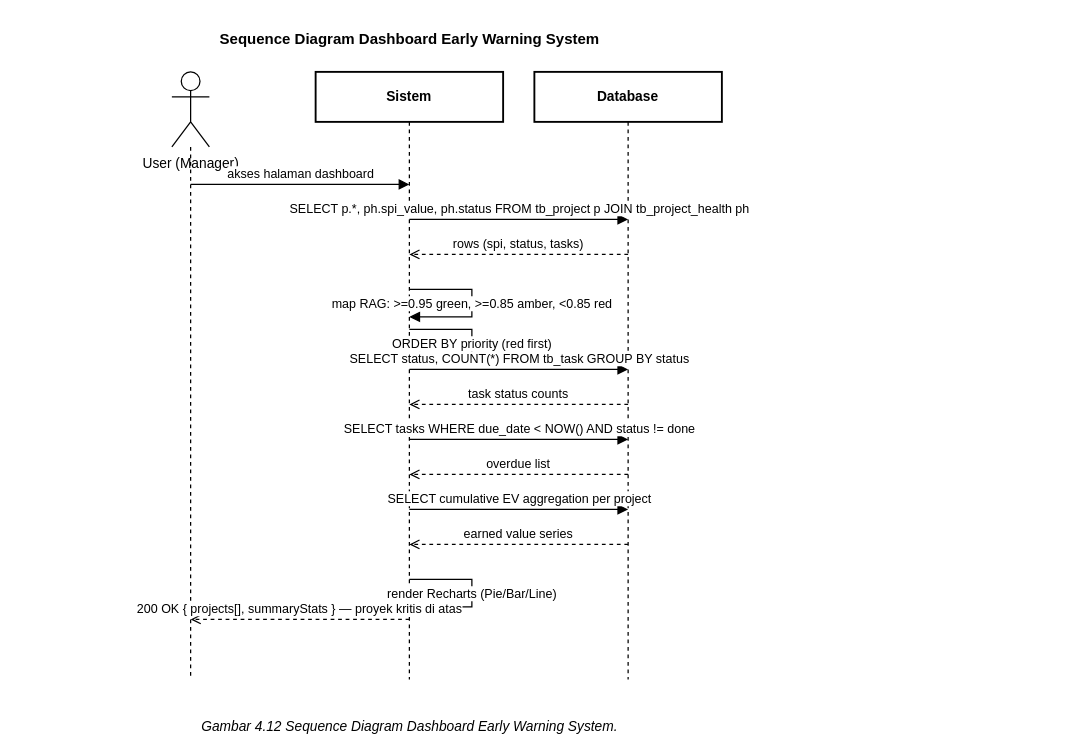
This is diagram/ai/Sequence/SD_DASHBOARD_EWS.drawio from evelleura/shi-dashboard, a draw.io file, before an edit. Source tidied: cells renumbered, new cells numbered last; positions are measured from the earlier drawing's top-left corner, leaving out a move shared by most shapes. Both pictures are drawn from the tidied source at 125%, with x=0, y=0 at pixel (21, 21).
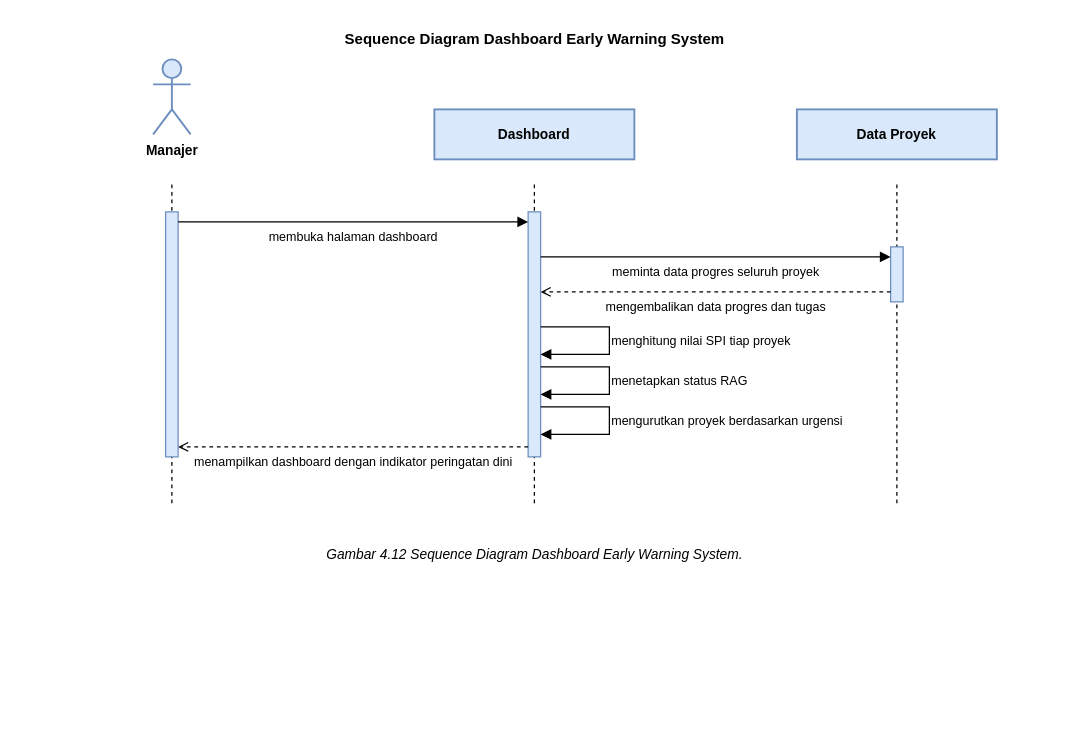
The same page after the edit.

The edit, as a diff of the source:
```diff
@@
     <mxCell id="2" value="Sequence Diagram Dashboard Early Warning System" style="text;html=1;align=center;fontSize=12;fontStyle=1;fontColor=#000000;" parent="1" vertex="1">
-      <mxGeometry width="620" height="20" as="geometry" />
+      <mxGeometry width="820" height="20" as="geometry" />
     </mxCell>
-    <mxCell id="3" value="User (Manager)" style="shape=umlActor;verticalLabelPosition=bottom;verticalAlign=top;html=1;strokeColor=#000000;fillColor=#FFFFFF;fontSize=11;fontColor=#000000;" parent="1" vertex="1">
-      <mxGeometry x="120" y="40" width="30" height="60" as="geometry" />
-    </mxCell>
-    <mxCell id="4" style="endArrow=none;html=1;rounded=0;dashed=1;strokeColor=#000000;strokeWidth=1;" parent="1" edge="1">
-      <mxGeometry relative="1" as="geometry">
-        <mxPoint x="135" y="100" as="sourcePoint" />
-        <mxPoint x="135" y="526" as="targetPoint" />
-      </mxGeometry>
-    </mxCell>
-    <mxCell id="5" value="Sistem" style="rounded=0;whiteSpace=wrap;html=1;fillColor=#FFFFFF;strokeColor=#000000;strokeWidth=1.5;fontSize=11;fontColor=#000000;fontStyle=1;" parent="1" vertex="1">
-      <mxGeometry x="235" y="40" width="150" height="40" as="geometry" />
-    </mxCell>
-    <mxCell id="6" style="endArrow=none;html=1;rounded=0;dashed=1;strokeColor=#000000;strokeWidth=1;" parent="1" edge="1">
-      <mxGeometry relative="1" as="geometry">
-        <mxPoint x="310" y="80" as="sourcePoint" />
-        <mxPoint x="310" y="526" as="targetPoint" />
-      </mxGeometry>
-    </mxCell>
-    <mxCell id="7" value="Database" style="rounded=0;whiteSpace=wrap;html=1;fillColor=#FFFFFF;strokeColor=#000000;strokeWidth=1.5;fontSize=11;fontColor=#000000;fontStyle=1;" parent="1" vertex="1">
-      <mxGeometry x="410" y="40" width="150" height="40" as="geometry" />
-    </mxCell>
-    <mxCell id="8" style="endArrow=none;html=1;rounded=0;dashed=1;strokeColor=#000000;strokeWidth=1;" parent="1" edge="1">
-      <mxGeometry relative="1" as="geometry">
-        <mxPoint x="485" y="80" as="sourcePoint" />
-        <mxPoint x="485" y="526" as="targetPoint" />
-      </mxGeometry>
-    </mxCell>
+    <mxCell id="23" value="Manajer" style="shape=umlActor;verticalLabelPosition=bottom;verticalAlign=top;html=1;fillColor=#DAE8FC;strokeColor=#6C8EBF;strokeWidth=1.5;fontSize=11;fontColor=#000000;fontStyle=1;" parent="1" vertex="1">
+      <mxGeometry x="105" y="30" width="30" height="60" as="geometry" />
+    </mxCell>
+    <mxCell id="24" style="endArrow=none;html=1;rounded=0;dashed=1;strokeColor=#000000;strokeWidth=1;" parent="1" edge="1">
+      <mxGeometry relative="1" as="geometry">
+        <mxPoint x="120" y="130" as="sourcePoint" />
+        <mxPoint x="120" y="388" as="targetPoint" />
+      </mxGeometry>
+    </mxCell>
+    <mxCell id="25" value="Dashboard" style="rounded=0;whiteSpace=wrap;html=1;fillColor=#DAE8FC;strokeColor=#6C8EBF;strokeWidth=1.5;fontSize=11;fontColor=#000000;fontStyle=1;" parent="1" vertex="1">
+      <mxGeometry x="330" y="70" width="160" height="40" as="geometry" />
+    </mxCell>
+    <mxCell id="26" style="endArrow=none;html=1;rounded=0;dashed=1;strokeColor=#000000;strokeWidth=1;" parent="1" edge="1">
+      <mxGeometry relative="1" as="geometry">
+        <mxPoint x="410" y="130" as="sourcePoint" />
+        <mxPoint x="410" y="388" as="targetPoint" />
+      </mxGeometry>
+    </mxCell>
+    <mxCell id="27" value="Data Proyek" style="rounded=0;whiteSpace=wrap;html=1;fillColor=#DAE8FC;strokeColor=#6C8EBF;strokeWidth=1.5;fontSize=11;fontColor=#000000;fontStyle=1;" parent="1" vertex="1">
+      <mxGeometry x="620" y="70" width="160" height="40" as="geometry" />
+    </mxCell>
+    <mxCell id="28" style="endArrow=none;html=1;rounded=0;dashed=1;strokeColor=#000000;strokeWidth=1;" parent="1" edge="1">
+      <mxGeometry relative="1" as="geometry">
+        <mxPoint x="700" y="130" as="sourcePoint" />
+        <mxPoint x="700" y="388" as="targetPoint" />
+      </mxGeometry>
+    </mxCell>
+    <mxCell id="29" style="rounded=0;whiteSpace=wrap;html=1;fillColor=#DAE8FC;strokeColor=#6C8EBF;strokeWidth=1;" parent="1" vertex="1">
+      <mxGeometry x="115" y="152" width="10" height="196" as="geometry" />
+    </mxCell>
+    <mxCell id="30" style="rounded=0;whiteSpace=wrap;html=1;fillColor=#DAE8FC;strokeColor=#6C8EBF;strokeWidth=1;" parent="1" vertex="1">
+      <mxGeometry x="405" y="152" width="10" height="196" as="geometry" />
+    </mxCell>
+    <mxCell id="31" style="rounded=0;whiteSpace=wrap;html=1;fillColor=#DAE8FC;strokeColor=#6C8EBF;strokeWidth=1;" parent="1" vertex="1">
+      <mxGeometry x="695" y="180" width="10" height="44" as="geometry" />
+    </mxCell>
-    <mxCell id="9" value="akses halaman dashboard" style="endArrow=block;endFill=1;html=1;rounded=0;strokeColor=#000000;strokeWidth=1;fontSize=10;fontColor=#000000;align=center;verticalAlign=bottom;" parent="1" edge="1">
+    <mxCell id="9" value="membuka halaman dashboard" style="endArrow=block;endFill=1;html=1;rounded=0;strokeColor=#000000;strokeWidth=1;fontSize=10;fontColor=#000000;align=center;verticalAlign=top;" parent="1" edge="1">
       <mxGeometry relative="1" as="geometry">
-        <mxPoint x="135" y="130" as="sourcePoint" />
-        <mxPoint x="310" y="130" as="targetPoint" />
+        <mxPoint x="125" y="160" as="sourcePoint" />
+        <mxPoint x="405" y="160" as="targetPoint" />
       </mxGeometry>
     </mxCell>
-    <mxCell id="10" value="SELECT p.*, ph.spi_value, ph.status FROM tb_project p JOIN tb_project_health ph" style="endArrow=block;endFill=1;html=1;rounded=0;strokeColor=#000000;strokeWidth=1;fontSize=10;fontColor=#000000;align=center;verticalAlign=bottom;" parent="1" edge="1">
+    <mxCell id="10" value="meminta data progres seluruh proyek" style="endArrow=block;endFill=1;html=1;rounded=0;strokeColor=#000000;strokeWidth=1;fontSize=10;fontColor=#000000;align=center;verticalAlign=top;" parent="1" edge="1">
       <mxGeometry relative="1" as="geometry">
-        <mxPoint x="310" y="158" as="sourcePoint" />
-        <mxPoint x="485" y="158" as="targetPoint" />
+        <mxPoint x="415" y="188" as="sourcePoint" />
+        <mxPoint x="695" y="188" as="targetPoint" />
       </mxGeometry>
     </mxCell>
-    <mxCell id="11" value="rows (spi, status, tasks)" style="endArrow=open;endFill=0;html=1;rounded=0;dashed=1;strokeColor=#000000;strokeWidth=1;fontSize=10;fontColor=#000000;align=center;verticalAlign=bottom;" parent="1" edge="1">
+    <mxCell id="11" value="mengembalikan data progres dan tugas" style="endArrow=open;endFill=0;html=1;rounded=0;dashed=1;strokeColor=#000000;strokeWidth=1;fontSize=10;fontColor=#000000;align=center;verticalAlign=top;" parent="1" edge="1">
       <mxGeometry relative="1" as="geometry">
-        <mxPoint x="485" y="186" as="sourcePoint" />
-        <mxPoint x="310" y="186" as="targetPoint" />
+        <mxPoint x="695" y="216" as="sourcePoint" />
+        <mxPoint x="415" y="216" as="targetPoint" />
       </mxGeometry>
     </mxCell>
-    <mxCell id="12" value="map RAG: &gt;=0.95 green, &gt;=0.85 amber, &lt;0.85 red" style="endArrow=block;endFill=1;html=1;rounded=0;strokeColor=#000000;strokeWidth=1;fontSize=10;fontColor=#000000;" parent="1" edge="1">
+    <mxCell id="12" value="menghitung nilai SPI tiap proyek" style="endArrow=block;endFill=1;html=1;rounded=0;strokeColor=#000000;strokeWidth=1;fontSize=10;fontColor=#000000;align=left;verticalAlign=middle;" parent="1" edge="1">
       <mxGeometry relative="1" as="geometry">
-        <mxPoint x="310" y="214" as="sourcePoint" />
-        <mxPoint x="310" y="236" as="targetPoint" />
+        <mxPoint x="415" y="244" as="sourcePoint" />
+        <mxPoint x="415" y="266" as="targetPoint" />
         <Array as="points">
-          <mxPoint x="360" y="214" />
-          <mxPoint x="360" y="236" />
+          <mxPoint x="470" y="244" />
+          <mxPoint x="470" y="266" />
         </Array>
       </mxGeometry>
     </mxCell>
-    <mxCell id="13" value="ORDER BY priority (red first)" style="endArrow=block;endFill=1;html=1;rounded=0;strokeColor=#000000;strokeWidth=1;fontSize=10;fontColor=#000000;" parent="1" edge="1">
+    <mxCell id="13" value="menetapkan status RAG" style="endArrow=block;endFill=1;html=1;rounded=0;strokeColor=#000000;strokeWidth=1;fontSize=10;fontColor=#000000;align=left;verticalAlign=middle;" parent="1" edge="1">
       <mxGeometry relative="1" as="geometry">
-        <mxPoint x="310" y="246" as="sourcePoint" />
-        <mxPoint x="310" y="268" as="targetPoint" />
+        <mxPoint x="415" y="276" as="sourcePoint" />
+        <mxPoint x="415" y="298" as="targetPoint" />
         <Array as="points">
-          <mxPoint x="360" y="246" />
-          <mxPoint x="360" y="268" />
+          <mxPoint x="470" y="276" />
+          <mxPoint x="470" y="298" />
         </Array>
       </mxGeometry>
     </mxCell>
-    <mxCell id="14" value="SELECT status, COUNT(*) FROM tb_task GROUP BY status" style="endArrow=block;endFill=1;html=1;rounded=0;strokeColor=#000000;strokeWidth=1;fontSize=10;fontColor=#000000;align=center;verticalAlign=bottom;" parent="1" edge="1">
+    <mxCell id="14" value="mengurutkan proyek berdasarkan urgensi" style="endArrow=block;endFill=1;html=1;rounded=0;strokeColor=#000000;strokeWidth=1;fontSize=10;fontColor=#000000;align=left;verticalAlign=middle;" parent="1" edge="1">
       <mxGeometry relative="1" as="geometry">
-        <mxPoint x="310" y="278" as="sourcePoint" />
-        <mxPoint x="485" y="278" as="targetPoint" />
+        <mxPoint x="415" y="308" as="sourcePoint" />
+        <mxPoint x="415" y="330" as="targetPoint" />
+        <Array as="points">
+          <mxPoint x="470" y="308" />
+          <mxPoint x="470" y="330" />
+        </Array>
       </mxGeometry>
     </mxCell>
-    <mxCell id="15" value="task status counts" style="endArrow=open;endFill=0;html=1;rounded=0;dashed=1;strokeColor=#000000;strokeWidth=1;fontSize=10;fontColor=#000000;align=center;verticalAlign=bottom;" parent="1" edge="1">
+    <mxCell id="15" value="menampilkan dashboard dengan indikator peringatan dini" style="endArrow=open;endFill=0;html=1;rounded=0;dashed=1;strokeColor=#000000;strokeWidth=1;fontSize=10;fontColor=#000000;align=center;verticalAlign=top;" parent="1" edge="1">
       <mxGeometry relative="1" as="geometry">
-        <mxPoint x="485" y="306" as="sourcePoint" />
-        <mxPoint x="310" y="306" as="targetPoint" />
+        <mxPoint x="405" y="340" as="sourcePoint" />
+        <mxPoint x="125" y="340" as="targetPoint" />
       </mxGeometry>
     </mxCell>
-    <mxCell id="16" value="SELECT tasks WHERE due_date &lt; NOW() AND status != done" style="endArrow=block;endFill=1;html=1;rounded=0;strokeColor=#000000;strokeWidth=1;fontSize=10;fontColor=#000000;align=center;verticalAlign=bottom;" parent="1" edge="1">
-      <mxGeometry relative="1" as="geometry">
-        <mxPoint x="310" y="334" as="sourcePoint" />
-        <mxPoint x="485" y="334" as="targetPoint" />
-      </mxGeometry>
-    </mxCell>
-    <mxCell id="17" value="overdue list" style="endArrow=open;endFill=0;html=1;rounded=0;dashed=1;strokeColor=#000000;strokeWidth=1;fontSize=10;fontColor=#000000;align=center;verticalAlign=bottom;" parent="1" edge="1">
-      <mxGeometry relative="1" as="geometry">
-        <mxPoint x="485" y="362" as="sourcePoint" />
-        <mxPoint x="310" y="362" as="targetPoint" />
-      </mxGeometry>
-    </mxCell>
-    <mxCell id="18" value="SELECT cumulative EV aggregation per project" style="endArrow=block;endFill=1;html=1;rounded=0;strokeColor=#000000;strokeWidth=1;fontSize=10;fontColor=#000000;align=center;verticalAlign=bottom;" parent="1" edge="1">
-      <mxGeometry relative="1" as="geometry">
-        <mxPoint x="310" y="390" as="sourcePoint" />
-        <mxPoint x="485" y="390" as="targetPoint" />
-      </mxGeometry>
-    </mxCell>
-    <mxCell id="19" value="earned value series" style="endArrow=open;endFill=0;html=1;rounded=0;dashed=1;strokeColor=#000000;strokeWidth=1;fontSize=10;fontColor=#000000;align=center;verticalAlign=bottom;" parent="1" edge="1">
-      <mxGeometry relative="1" as="geometry">
-        <mxPoint x="485" y="418" as="sourcePoint" />
-        <mxPoint x="310" y="418" as="targetPoint" />
-      </mxGeometry>
-    </mxCell>
-    <mxCell id="20" value="render Recharts (Pie/Bar/Line)" style="endArrow=block;endFill=1;html=1;rounded=0;strokeColor=#000000;strokeWidth=1;fontSize=10;fontColor=#000000;" parent="1" edge="1">
-      <mxGeometry relative="1" as="geometry">
-        <mxPoint x="310" y="446" as="sourcePoint" />
-        <mxPoint x="310" y="468" as="targetPoint" />
-        <Array as="points">
-          <mxPoint x="360" y="446" />
-          <mxPoint x="360" y="468" />
-        </Array>
-      </mxGeometry>
-    </mxCell>
-    <mxCell id="21" value="200 OK { projects[], summaryStats } — proyek kritis di atas" style="endArrow=open;endFill=0;html=1;rounded=0;dashed=1;strokeColor=#000000;strokeWidth=1;fontSize=10;fontColor=#000000;align=center;verticalAlign=bottom;" parent="1" edge="1">
-      <mxGeometry relative="1" as="geometry">
-        <mxPoint x="310" y="478" as="sourcePoint" />
-        <mxPoint x="135" y="478" as="targetPoint" />
-      </mxGeometry>
-    </mxCell>
     <mxCell id="22" value="Gambar 4.12 Sequence Diagram Dashboard Early Warning System." style="text;html=1;align=center;fontSize=11;fontStyle=2;fontColor=#000000;" parent="1" vertex="1">
-      <mxGeometry y="551" width="620" height="20" as="geometry" />
+      <mxGeometry y="413" width="820" height="20" as="geometry" />
     </mxCell>
```
